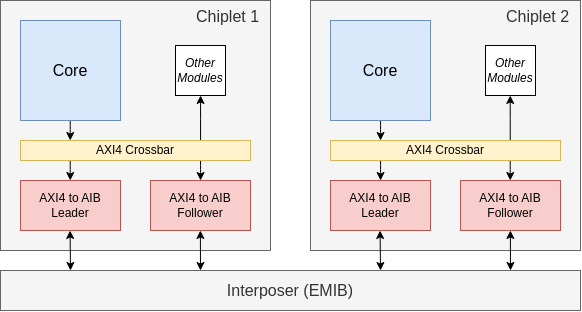
Above: docs/chiplet_instantiation.png in luiseduardomendes/axi4_aib_tools (draw.io), before the change. Source tidied: cells renumbered, new cells last; positions are measured from the earlier drawing's top-left corner, leaving out a move shared by most shapes.
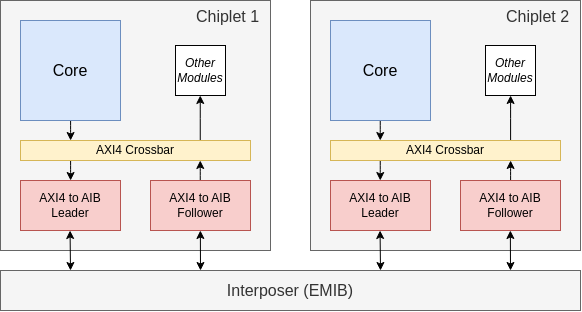
The same file after the commit.

What changed in the source:
```diff
@@ -17,7 +17,7 @@
     <mxCell id="6" style="edgeStyle=elbowEdgeStyle;html=1;" parent="1" edge="1" source="8" target="10">
       <mxGeometry relative="1" as="geometry" />
     </mxCell>
-    <mxCell id="7" style="edgeStyle=elbowEdgeStyle;html=1;" parent="1" edge="1" source="8" target="9">
+    <mxCell id="7" style="edgeStyle=elbowEdgeStyle;html=1;endArrow=none;endFill=0;startArrow=classic;startFill=1;" parent="1" edge="1" source="8" target="9">
       <mxGeometry relative="1" as="geometry" />
     </mxCell>
     <mxCell id="8" value="AXI4 Crossbar" style="whiteSpace=wrap;html=1;rounded=0;fillColor=#fff2cc;strokeColor=#d6b656;" parent="1" vertex="1">
@@ -62,7 +62,7 @@
     <mxCell id="19" style="edgeStyle=elbowEdgeStyle;html=1;" parent="1" edge="1" source="21" target="23">
       <mxGeometry relative="1" as="geometry" />
     </mxCell>
-    <mxCell id="20" style="edgeStyle=elbowEdgeStyle;html=1;" parent="1" edge="1" source="21" target="22">
+    <mxCell id="20" style="edgeStyle=elbowEdgeStyle;html=1;startArrow=classic;startFill=1;endArrow=none;endFill=0;" parent="1" edge="1" source="21" target="22">
       <mxGeometry relative="1" as="geometry" />
     </mxCell>
     <mxCell id="21" value="AXI4 Crossbar" style="whiteSpace=wrap;html=1;rounded=0;fillColor=#fff2cc;strokeColor=#d6b656;" parent="1" vertex="1">
```
